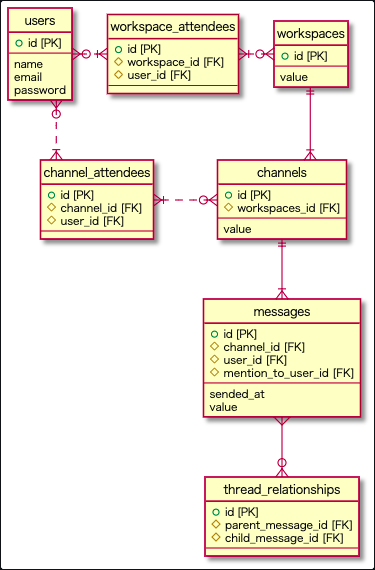
The PlantUML diagram db/modeling/02/er.png in umirai/PrahaChallenge, before a commit. Its source is kept beside it as db/modeling/02/er.pu.
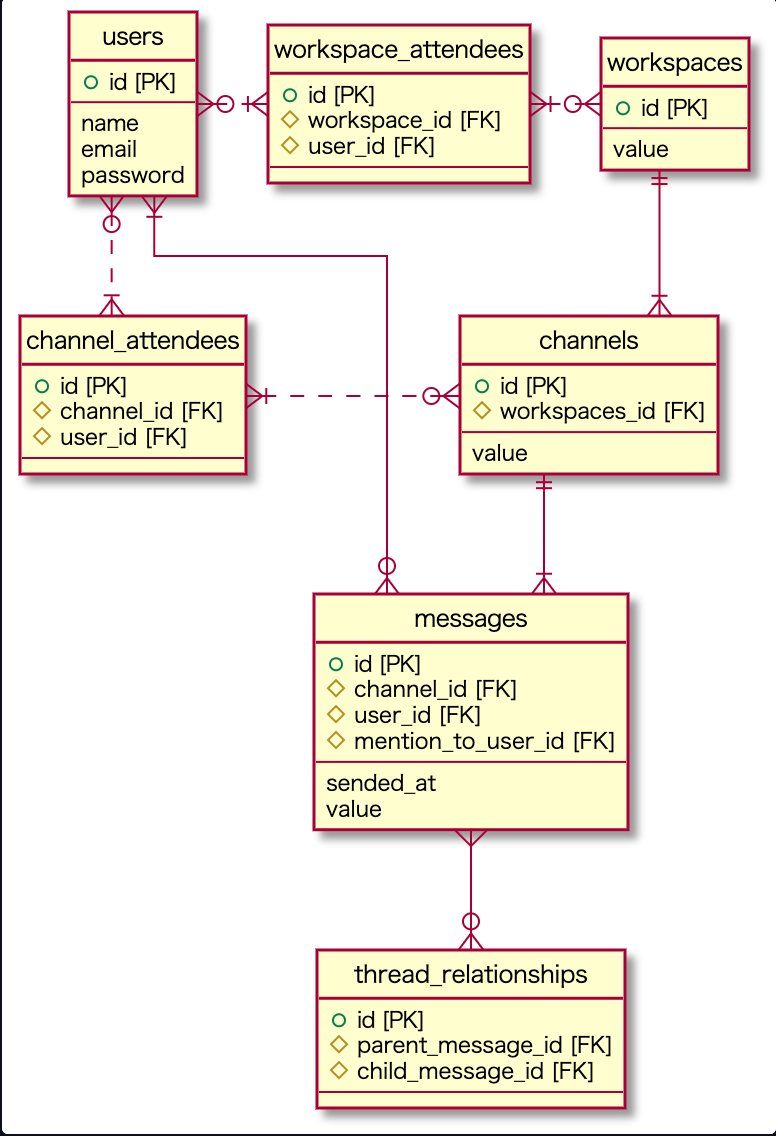
The same file after the commit.

Commit message:
[Fix]usersとmessagesのリレーションを追加

Change to the diagram source:
```diff
@@ -62,4 +62,5 @@
 channels }o.l.|{ channel_attendees
 users }o.r.|{ workspace_attendees
 users }o..|{ channel_attendees
+users }|--o{ messages
 @enduml
```
